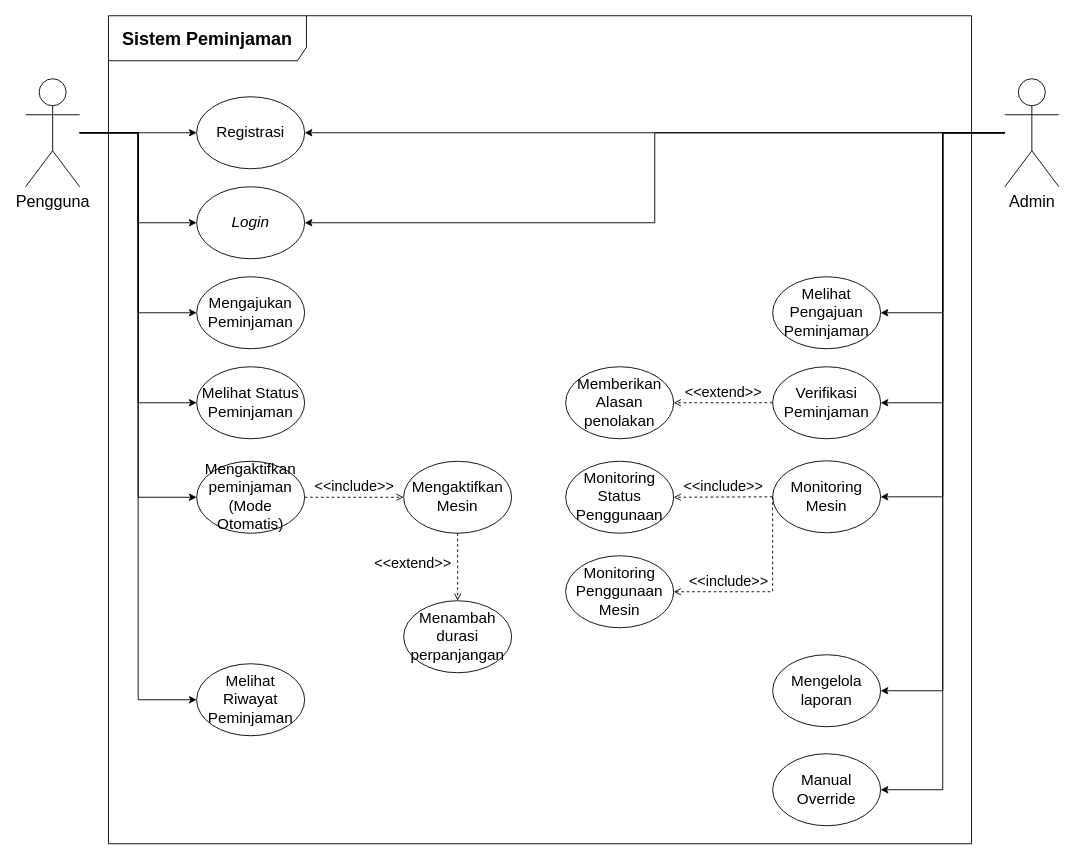
Earlier version of the draw.io diagram page "Salinan Use Case" (27 of 38) of Diagram Aktivitas Admin.drawio.xml (murtianggraeni/TugasAkhir_Flowchart). Source tidied: cells renumbered, new cells numbered last; positions are measured from the earlier drawing's top-left corner, leaving out a move shared by most shapes. Both pictures are drawn from the tidied source at 90%, with x=0, y=0 at pixel (25, 15).
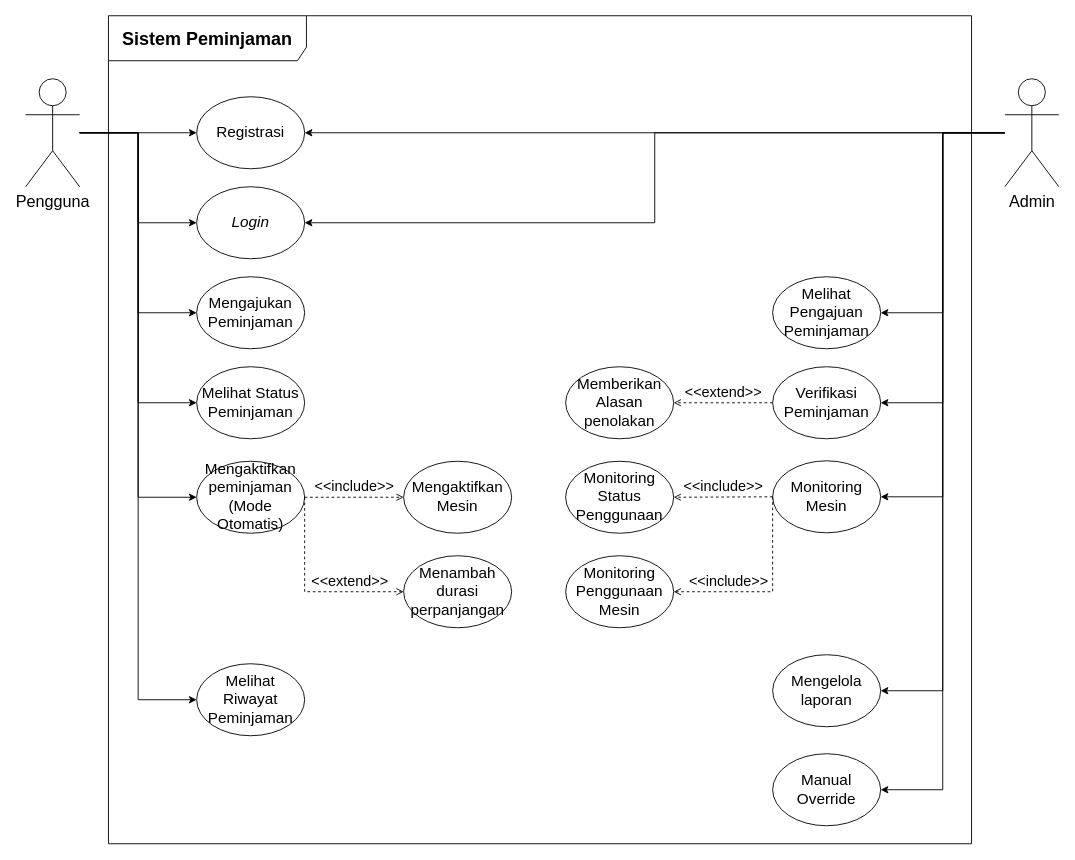
The same page after the edit.

Unchanged cells that the change refers to:
```xml
<mxCell id="21" value="&lt;font style=&quot;font-size: 17px;&quot;&gt;Mengaktifkan peminjaman (Mode Otomatis)&lt;/font&gt;" style="ellipse;whiteSpace=wrap;html=1;" parent="1" vertex="1">
  <mxGeometry x="190" y="495" width="120" height="80" as="geometry" />
</mxCell>
<mxCell id="28" value="&lt;font style=&quot;font-size: 17px;&quot;&gt;Mengaktifkan Mesin&lt;/font&gt;" style="ellipse;whiteSpace=wrap;html=1;" parent="1" vertex="1">
  <mxGeometry x="420" y="495" width="120" height="80" as="geometry" />
</mxCell>
```

The edit, as a diff of the source:
```diff
@@
-    <mxCell id="37" value="&lt;font style=&quot;font-size: 16px;&quot;&gt;&amp;lt;&amp;lt;extend&amp;gt;&amp;gt;&lt;/font&gt;" style="html=1;verticalAlign=bottom;labelBackgroundColor=none;endArrow=open;endFill=0;dashed=1;rounded=0;entryX=0.5;entryY=0;entryDx=0;entryDy=0;exitX=0.5;exitY=1;exitDx=0;exitDy=0;" parent="1" edge="1" source="28" target="38">
-      <mxGeometry x="0.2" y="-50" relative="1" as="geometry">
+    <mxCell id="37" value="&lt;font style=&quot;font-size: 16px;&quot;&gt;&amp;lt;&amp;lt;extend&amp;gt;&amp;gt;&lt;/font&gt;" style="html=1;verticalAlign=bottom;labelBackgroundColor=none;endArrow=open;endFill=0;dashed=1;rounded=0;entryX=0;entryY=0.5;entryDx=0;entryDy=0;exitX=1;exitY=0.5;exitDx=0;exitDy=0;" parent="1" edge="1" source="21" target="38">
+      <mxGeometry x="0.44" relative="1" as="geometry">
         <Array as="points">
-          <mxPoint x="480" y="650" />
+          <mxPoint x="310" y="640" />
         </Array>
       </mxGeometry>
     </mxCell>
     <mxCell id="38" value="&lt;font style=&quot;font-size: 17px;&quot;&gt;Menambah durasi perpanjangan&lt;/font&gt;" style="ellipse;whiteSpace=wrap;html=1;" parent="1" vertex="1">
-      <mxGeometry x="420" y="650" width="120" height="80" as="geometry" />
+      <mxGeometry x="420" y="600" width="120" height="80" as="geometry" />
     </mxCell>
```
